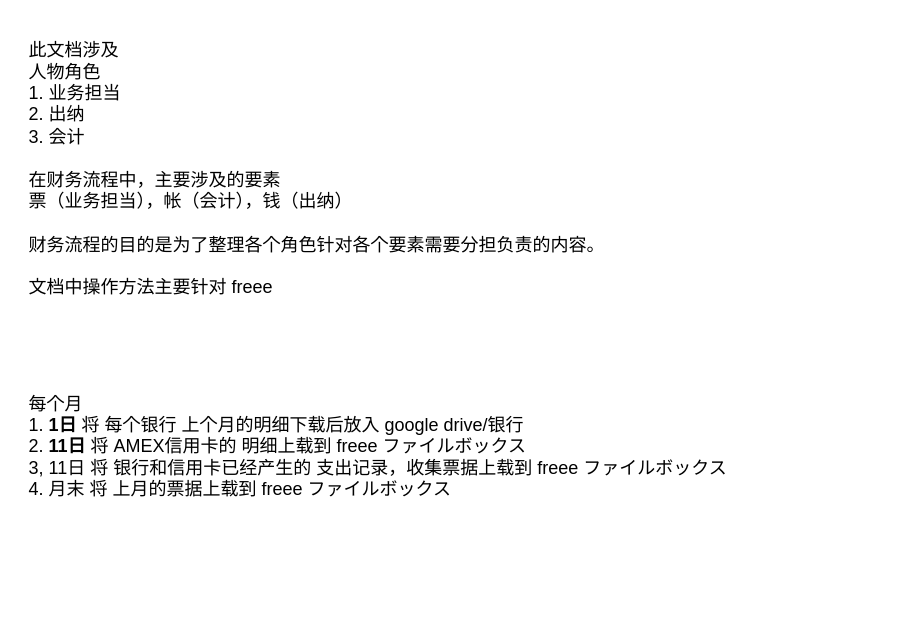
This is page "封面" (1 of 4) of payment.drawio from niltsh/drawing, a draw.io file, before an edit. Source tidied: cells renumbered, new cells numbered last; positions are measured from the earlier drawing's top-left corner, leaving out a move shared by most shapes. Both pictures are drawn from the tidied source at 150%, with x=0, y=0 at pixel (26, 26).
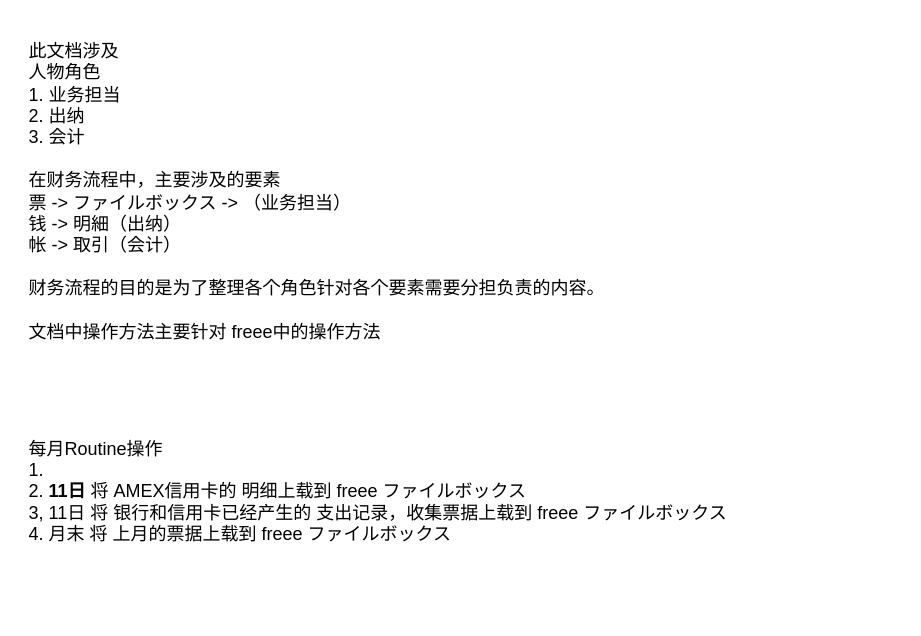
After the change.

Diff of the diagram source:
```diff
@@
 <mxGraphModel>
   <root>
     <mxCell id="0" />
     <mxCell id="1" parent="0" />
-    <mxCell id="2" value="此文档涉及&lt;br&gt;人物角色&lt;br&gt;1. 业务担当&lt;br&gt;2. 出纳&lt;br&gt;3. 会计&lt;br&gt;&lt;br&gt;在财务流程中，主要涉及的要素&lt;br&gt;票（业务担当），帐（会计），钱（出纳）&lt;br&gt;&lt;br&gt;财务流程的目的是为了整理各个角色针对各个要素需要分担负责的内容。&lt;br&gt;&lt;br&gt;文档中操作方法主要针对 freee" style="text;html=1;strokeColor=none;fillColor=none;align=left;verticalAlign=middle;whiteSpace=wrap;rounded=0;" parent="1" vertex="1">
-      <mxGeometry width="490" height="190" as="geometry" />
+    <mxCell id="2" value="此文档涉及&lt;br&gt;人物角色&lt;br&gt;1. 业务担当&lt;br&gt;2. 出纳&lt;br&gt;3. 会计&lt;br&gt;&lt;br&gt;在财务流程中，主要涉及的要素&lt;br&gt;票 -&amp;gt; ファイルボックス -&amp;gt;&amp;nbsp;（业务担当）&lt;br&gt;钱 -&amp;gt; 明細（出纳）&lt;br&gt;帐 -&amp;gt; 取引（会计）&lt;br&gt;&lt;br&gt;财务流程的目的是为了整理各个角色针对各个要素需要分担负责的内容。&lt;br&gt;&lt;br&gt;文档中操作方法主要针对 freee中的操作方法" style="text;html=1;strokeColor=none;fillColor=none;align=left;verticalAlign=middle;whiteSpace=wrap;rounded=0;" parent="1" vertex="1">
+      <mxGeometry width="490" height="220" as="geometry" />
     </mxCell>
-    <mxCell id="3" value="每个月&lt;br&gt;1. &lt;b&gt;1日&lt;/b&gt; 将 每个银行 上个月的明细下载后放入 google drive/银行&lt;br&gt;2. &lt;b&gt;11日 &lt;/b&gt;将 AMEX信用卡的 明细上载到 freee ファイルボックス&lt;br&gt;3, 11日 将 银行和信用卡已经产生的 支出记录，收集票据上载到 freee ファイルボックス&lt;br&gt;4. 月末 将 上月的票据上载到 freee ファイルボックス" style="text;html=1;strokeColor=none;fillColor=none;align=left;verticalAlign=middle;whiteSpace=wrap;rounded=0;" parent="1" vertex="1">
-      <mxGeometry y="230" width="580" height="100" as="geometry" />
+    <mxCell id="3" value="每月Routine操作&lt;br&gt;1. &amp;nbsp;&amp;nbsp;&lt;br&gt;2. &lt;b&gt;11日 &lt;/b&gt;将 AMEX信用卡的 明细上载到 freee ファイルボックス&lt;br&gt;3, 11日 将 银行和信用卡已经产生的 支出记录，收集票据上载到 freee ファイルボックス&lt;br&gt;4. 月末 将 上月的票据上载到 freee ファイルボックス" style="text;html=1;strokeColor=none;fillColor=none;align=left;verticalAlign=middle;whiteSpace=wrap;rounded=0;" parent="1" vertex="1">
+      <mxGeometry y="230" width="580" height="160" as="geometry" />
     </mxCell>
   </root>
 </mxGraphModel>
```
